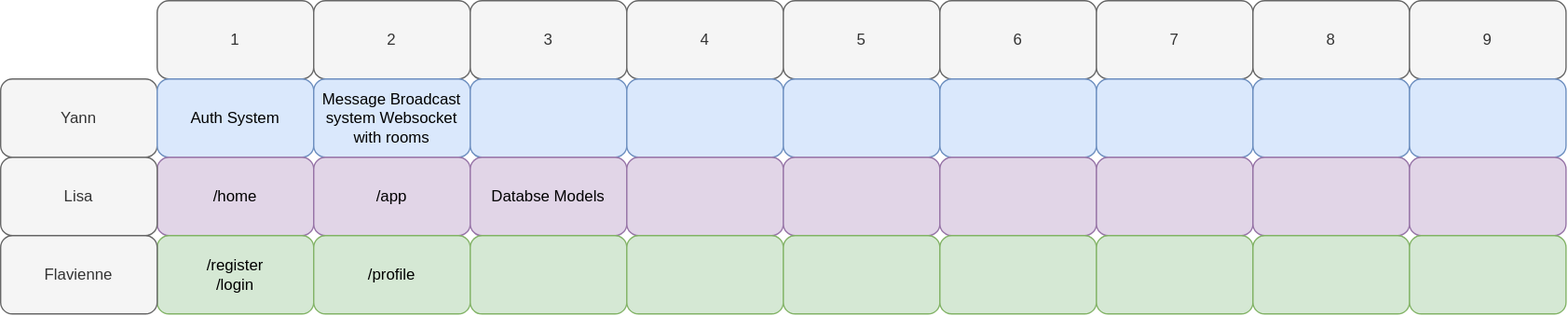
Above: planning.svg in UchatOrg/guideline (draw.io), before the change. Source tidied: cells renumbered, new cells last; positions are measured from the earlier drawing's top-left corner, leaving out a move shared by most shapes.
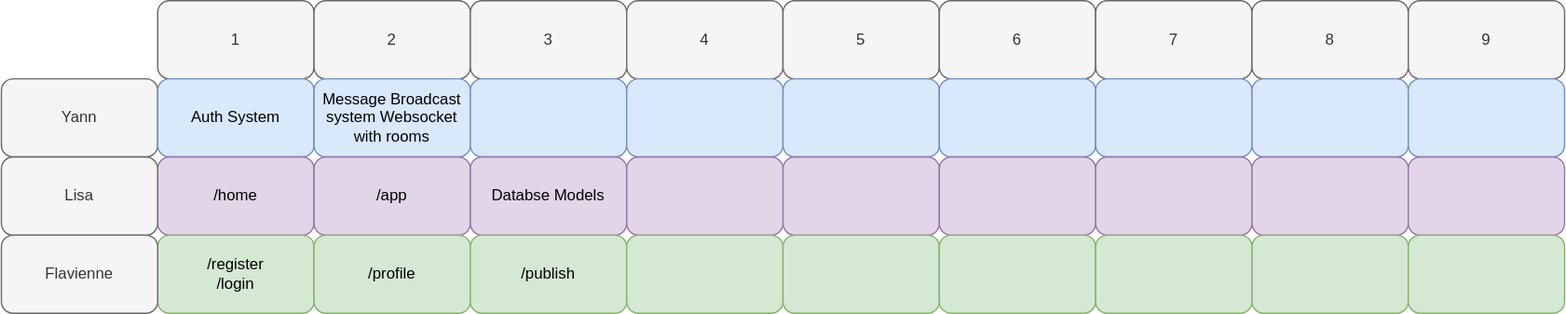
After the commit.

Diff of the diagram source:
```diff
@@ -59,7 +59,7 @@
     <mxCell id="20" style="rounded=1;whiteSpace=wrap;html=1;fillColor=#e1d5e7;strokeColor=#9673a6;" parent="1" vertex="1">
       <mxGeometry x="600" y="120" width="120" height="60" as="geometry" />
     </mxCell>
-    <mxCell id="21" style="rounded=1;whiteSpace=wrap;html=1;fillColor=#d5e8d4;strokeColor=#82b366;" parent="1" vertex="1">
+    <mxCell id="21" value="/publish" style="rounded=1;whiteSpace=wrap;html=1;fillColor=#d5e8d4;strokeColor=#82b366;" parent="1" vertex="1">
       <mxGeometry x="360" y="180" width="120" height="60" as="geometry" />
     </mxCell>
     <mxCell id="22" style="rounded=1;whiteSpace=wrap;html=1;fillColor=#d5e8d4;strokeColor=#82b366;" parent="1" vertex="1">
```
